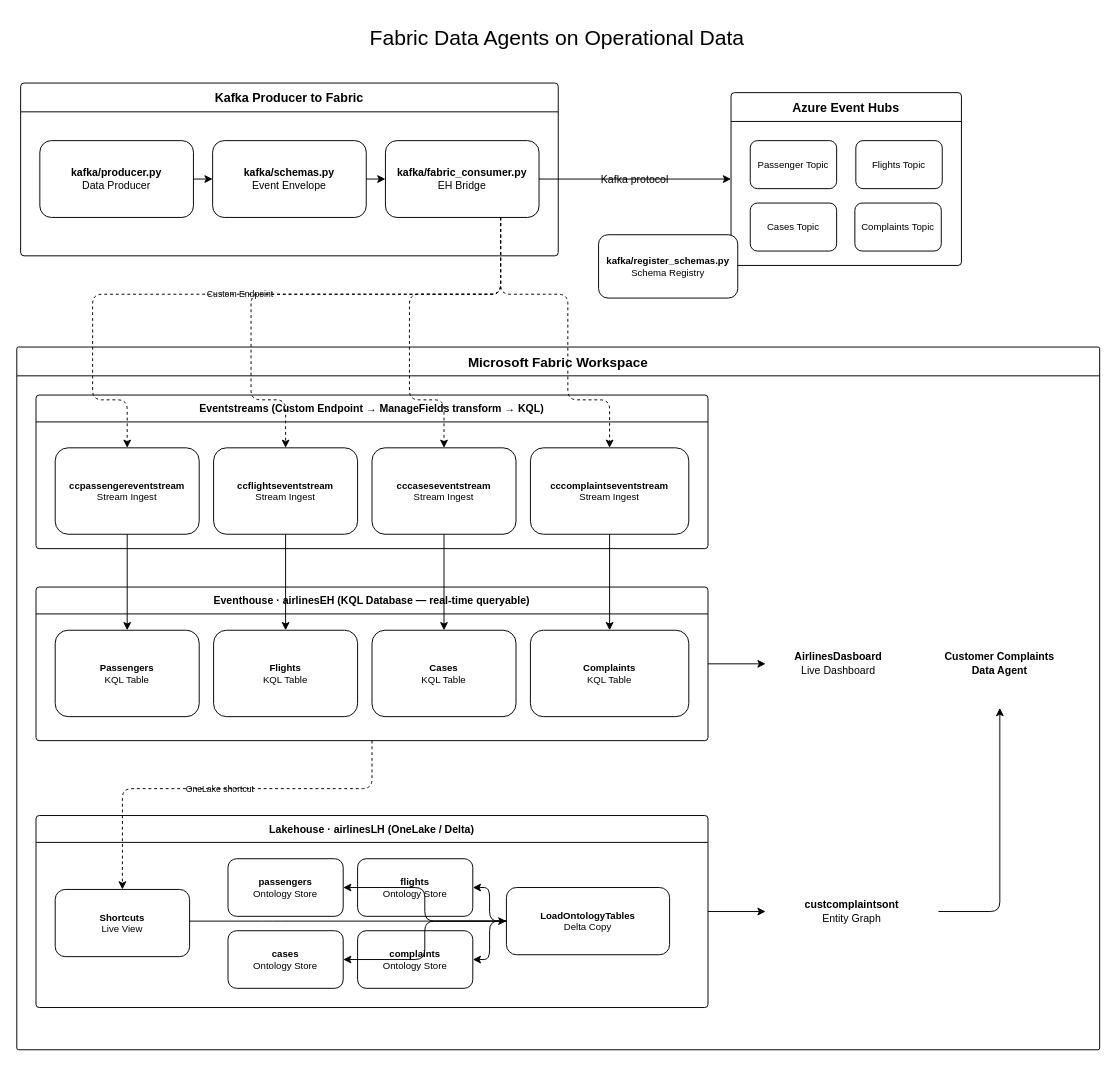
Above: architecture.drawio in sramayanam/CustComplaints (draw.io), before the change. Source tidied: cells renumbered, new cells numbered last; positions are measured from the earlier drawing's top-left corner, leaving out a move shared by most shapes. Both pictures are drawn from the tidied source at 96%, with x=0, y=0 at pixel (16, 16).
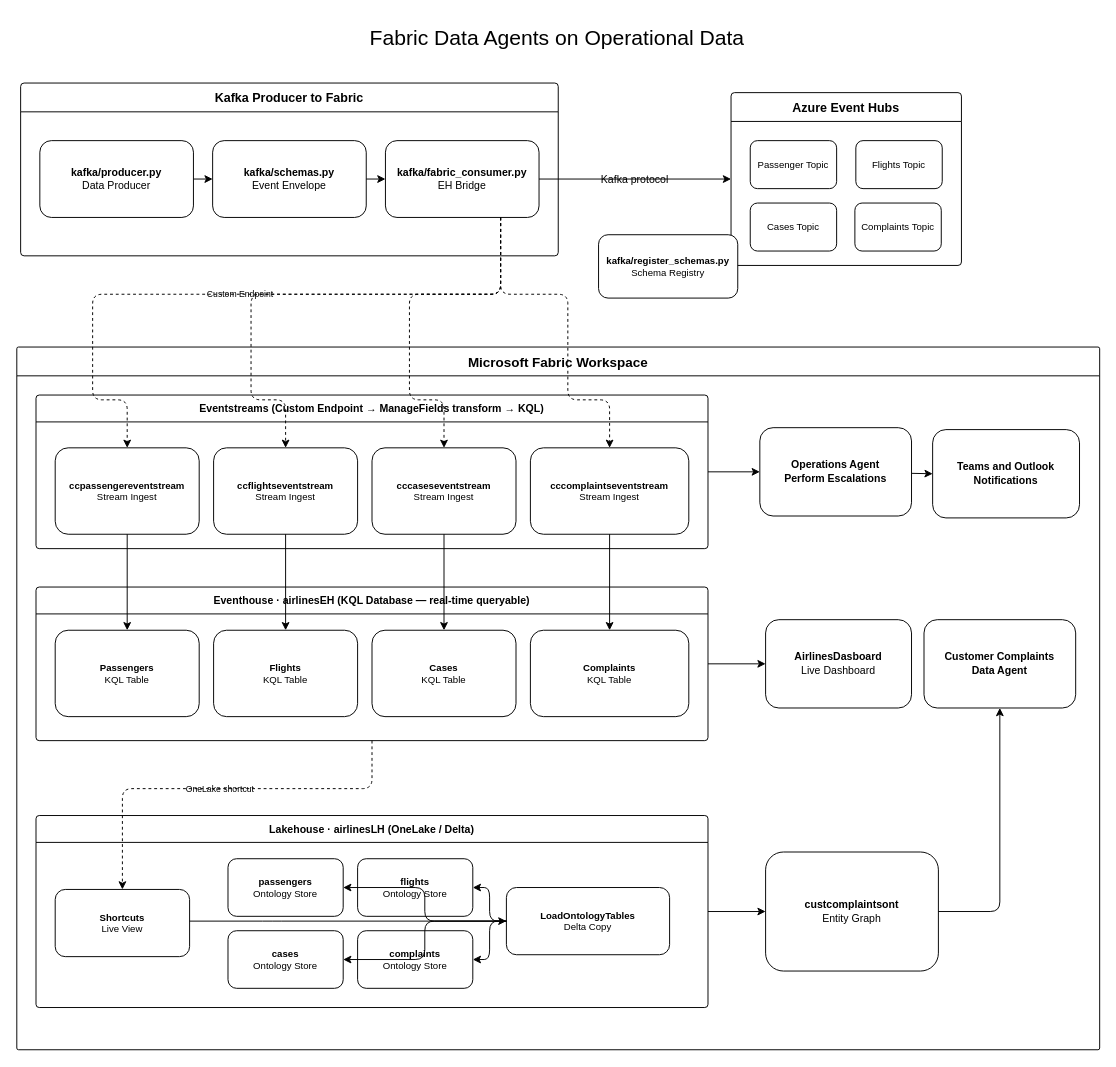
Above is the later version.

Commit message (it also covers changes not shown here):
Refactor code structure for improved readability and maintainability

Unchanged cells that the change refers to:
```xml
<mxCell id="14" value="Microsoft Fabric Workspace" style="swimlane;startSize=30;fontSize=14;fontStyle=1;rounded=1;arcSize=2;labelBackgroundColor=none;" parent="1" vertex="1">
  <mxGeometry y="344" width="1128" height="732" as="geometry" />
</mxCell>
<mxCell id="15" value="Eventstreams  (Custom Endpoint → ManageFields transform → KQL)" style="swimlane;startSize=28;fontSize=11;fontStyle=1;rounded=1;arcSize=4;labelBackgroundColor=none;" parent="14" vertex="1">
  <mxGeometry x="20" y="50" width="700" height="160" as="geometry" />
</mxCell>
```

Diff of the diagram source:
```diff
@@
+    <mxCell id="54" style="edgeStyle=none;html=1;entryX=0;entryY=0.5;entryDx=0;entryDy=0;" parent="14" edge="1" source="15" target="56">
+      <mxGeometry relative="1" as="geometry" />
+    </mxCell>
@@
-    <mxCell id="29" value="&lt;font style=&quot;&quot;&gt;&lt;b style=&quot;&quot;&gt;&lt;font style=&quot;&quot;&gt;AirlinesDasboard&lt;/font&gt;&lt;/b&gt;&lt;br&gt;&lt;font style=&quot;&quot;&gt;Live Dashboard&lt;/font&gt;&lt;/font&gt;" style="rounded=1;html=1;whiteSpace=wrap;strokeColor=none;fontSize=11;fillStyle=solid;labelBackgroundColor=none;" parent="14" vertex="1">
+    <mxCell id="29" value="&lt;font style=&quot;&quot;&gt;&lt;b style=&quot;&quot;&gt;&lt;font style=&quot;&quot;&gt;AirlinesDasboard&lt;/font&gt;&lt;/b&gt;&lt;br&gt;&lt;font style=&quot;&quot;&gt;Live Dashboard&lt;/font&gt;&lt;/font&gt;" style="rounded=1;html=1;whiteSpace=wrap;strokeColor=default;fontSize=11;fillStyle=solid;labelBackgroundColor=none;fillColor=default;" parent="14" vertex="1">
       <mxGeometry x="780" y="284" width="152" height="92" as="geometry" />
     </mxCell>
@@
-    <mxCell id="44" value="&lt;font style=&quot;&quot;&gt;&lt;b style=&quot;&quot;&gt;&lt;font style=&quot;&quot;&gt;custcomplaintsont&lt;/font&gt;&lt;/b&gt;&lt;br&gt;&lt;font style=&quot;&quot;&gt;Entity Graph&lt;/font&gt;&lt;/font&gt;" style="rounded=1;html=1;whiteSpace=wrap;strokeColor=none;fontSize=11;labelBackgroundColor=none;" parent="14" vertex="1">
+    <mxCell id="44" value="&lt;font style=&quot;&quot;&gt;&lt;b style=&quot;&quot;&gt;&lt;font style=&quot;&quot;&gt;custcomplaintsont&lt;/font&gt;&lt;/b&gt;&lt;br&gt;&lt;font style=&quot;&quot;&gt;Entity Graph&lt;/font&gt;&lt;/font&gt;" style="rounded=1;html=1;whiteSpace=wrap;strokeColor=default;fontSize=11;labelBackgroundColor=none;" parent="14" vertex="1">
       <mxGeometry x="780" y="526" width="180" height="124" as="geometry" />
     </mxCell>
@@
-    <mxCell id="46" value="&lt;b&gt;&lt;font style=&quot;&quot;&gt;Customer Complaints&lt;/font&gt;&lt;/b&gt;&lt;div&gt;&lt;b&gt;&lt;font style=&quot;&quot;&gt;Data Agent&lt;/font&gt;&lt;/b&gt;&lt;/div&gt;" style="rounded=1;html=1;whiteSpace=wrap;strokeColor=none;fontSize=11;labelBackgroundColor=none;" parent="14" vertex="1">
+    <mxCell id="46" value="&lt;b&gt;&lt;font style=&quot;&quot;&gt;Customer Complaints&lt;/font&gt;&lt;/b&gt;&lt;div&gt;&lt;b&gt;&lt;font style=&quot;&quot;&gt;Data Agent&lt;/font&gt;&lt;/b&gt;&lt;/div&gt;" style="rounded=1;html=1;whiteSpace=wrap;strokeColor=default;fontSize=11;labelBackgroundColor=none;" parent="14" vertex="1">
       <mxGeometry x="945" y="284" width="158" height="92" as="geometry" />
     </mxCell>
@@
+    <mxCell id="55" style="edgeStyle=none;html=1;entryX=0;entryY=0.5;entryDx=0;entryDy=0;" parent="14" edge="1" source="56" target="57">
+      <mxGeometry relative="1" as="geometry" />
+    </mxCell>
+    <mxCell id="56" value="&lt;b&gt;Operations Agent&lt;/b&gt;&lt;div&gt;&lt;b&gt;Perform Escalations&lt;/b&gt;&lt;/div&gt;" style="rounded=1;html=1;whiteSpace=wrap;strokeColor=default;fontSize=11;labelBackgroundColor=none;" parent="14" vertex="1">
+      <mxGeometry x="774" y="84" width="158" height="92" as="geometry" />
+    </mxCell>
+    <mxCell id="57" value="&lt;b&gt;Teams and Outlook&lt;/b&gt;&lt;div&gt;&lt;b&gt;Notifications&lt;/b&gt;&lt;/div&gt;" style="rounded=1;html=1;whiteSpace=wrap;strokeColor=default;fontSize=11;labelBackgroundColor=none;" parent="14" vertex="1">
+      <mxGeometry x="954" y="86" width="153" height="92" as="geometry" />
+    </mxCell>
```
